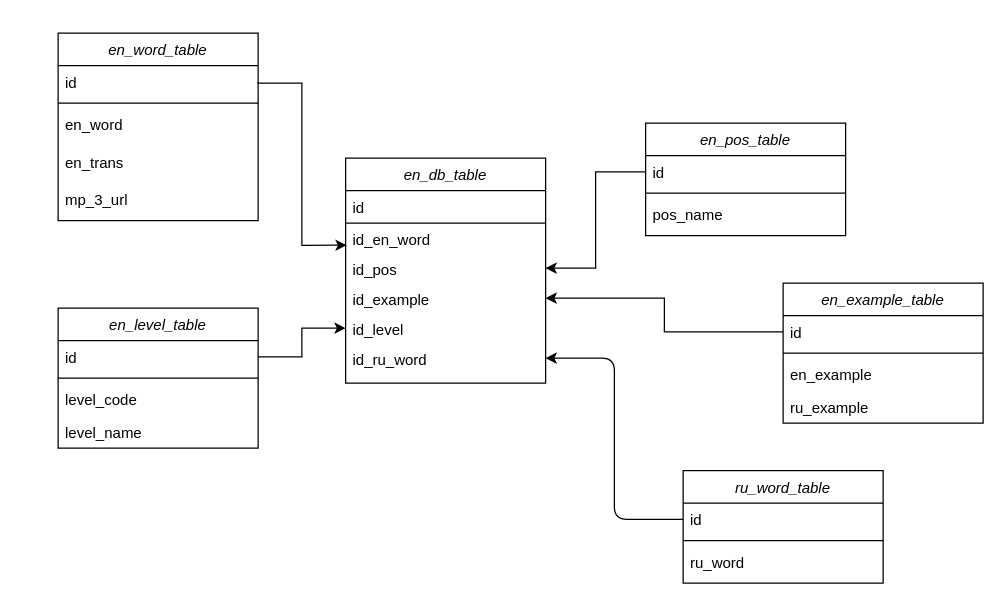
maxter9595/Eng_Telegram_Project keeps this draw.io diagram as database_schema/database_schema.drawio. Above is the earlier version. Source tidied: cells renumbered, new cells numbered last; positions are measured from the earlier drawing's top-left corner, leaving out a move shared by most shapes. Both pictures are drawn from the tidied source at 125%, with x=0, y=0 at pixel (58, 32).
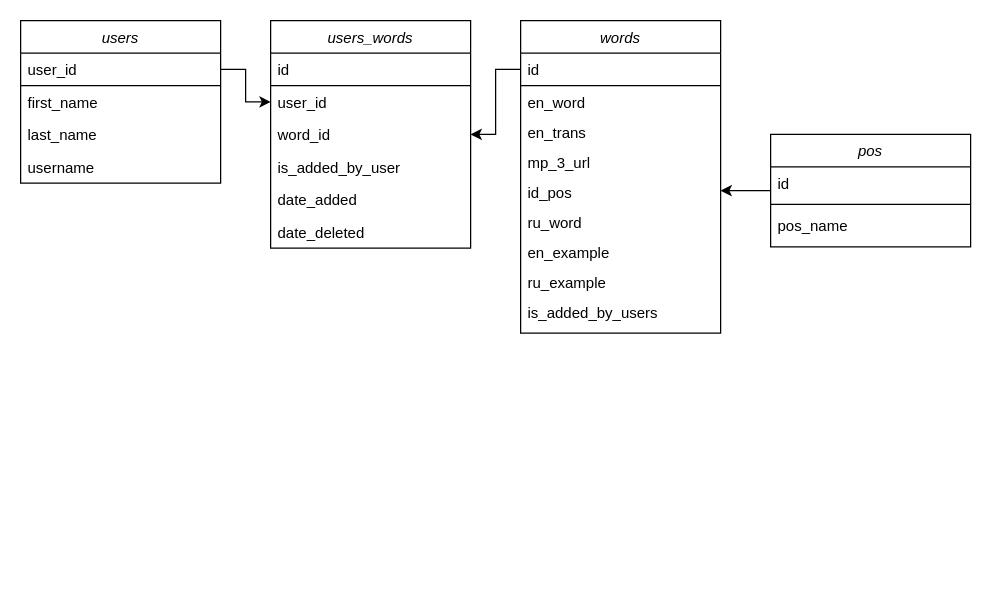
The same page after the edit.

Diff of the diagram source:
```diff
@@
-    <mxCell id="2" value="en_word_table" style="swimlane;fontStyle=2;align=center;verticalAlign=top;horizontal=1;startSize=26;rounded=0;shadow=0;strokeWidth=1;" parent="1" vertex="1">
-      <mxGeometry width="160" height="150" as="geometry" />
-    </mxCell>
-    <mxCell id="3" value="id" style="text;align=left;verticalAlign=top;spacingLeft=4;spacingRight=4;overflow=hidden;points=[[0,0.5],[1,0.5]];portConstraint=eastwest;shadow=0;" parent="2" vertex="1">
-      <mxGeometry y="26" width="160" height="26" as="geometry" />
-    </mxCell>
-    <mxCell id="4" style="line;html=1;strokeWidth=1;align=left;verticalAlign=middle;spacingTop=-1;spacingLeft=3;spacingRight=3;labelPosition=right;" parent="2" vertex="1">
-      <mxGeometry y="52" width="160" height="8" as="geometry" />
-    </mxCell>
+    <mxCell id="39" value="users" style="swimlane;fontStyle=2;align=center;verticalAlign=top;horizontal=1;startSize=26;rounded=0;shadow=0;strokeWidth=1;" parent="1" vertex="1">
+      <mxGeometry x="-30" y="-10" width="160" height="130" as="geometry" />
+    </mxCell>
+    <mxCell id="40" value="user_id" style="text;align=left;verticalAlign=top;spacingLeft=4;spacingRight=4;overflow=hidden;points=[[0,0.5],[1,0.5]];portConstraint=eastwest;shadow=0;" parent="39" vertex="1">
+      <mxGeometry y="26" width="160" height="26" as="geometry" />
+    </mxCell>
+    <mxCell id="41" value="first_name" style="text;align=left;verticalAlign=top;spacingLeft=4;spacingRight=4;overflow=hidden;shadow=0;" parent="39" vertex="1">
+      <mxGeometry y="52" width="160" height="26" as="geometry" />
+    </mxCell>
+    <mxCell id="42" value="last_name" style="text;align=left;verticalAlign=top;spacingLeft=4;spacingRight=4;overflow=hidden;shadow=0;" parent="39" vertex="1">
+      <mxGeometry y="78" width="160" height="26" as="geometry" />
+    </mxCell>
+    <mxCell id="43" value="username" style="text;align=left;verticalAlign=top;spacingLeft=4;spacingRight=4;overflow=hidden;shadow=0;" parent="39" vertex="1">
+      <mxGeometry y="104" width="160" height="26" as="geometry" />
+    </mxCell>
+    <mxCell id="44" style="endArrow=none;html=1;rounded=0;exitX=0;exitY=0.75;exitDx=0;exitDy=0;entryX=1;entryY=0.75;entryDx=0;entryDy=0;" parent="39" edge="1">
+      <mxGeometry relative="1" as="geometry">
+        <mxPoint y="52" as="sourcePoint" />
+        <mxPoint x="160" y="52" as="targetPoint" />
+      </mxGeometry>
+    </mxCell>
+    <mxCell id="45" value="words" style="swimlane;fontStyle=2;align=center;verticalAlign=top;horizontal=1;startSize=26;rounded=0;shadow=0;strokeWidth=1;" parent="1" vertex="1">
+      <mxGeometry x="370" y="-10" width="160" height="250" as="geometry" />
+    </mxCell>
+    <mxCell id="46" value="id" style="text;align=left;verticalAlign=top;spacingLeft=4;spacingRight=4;overflow=hidden;points=[[0,0.5],[1,0.5]];portConstraint=eastwest;shadow=0;" parent="45" vertex="1">
+      <mxGeometry y="26" width="160" height="26" as="geometry" />
+    </mxCell>
+    <mxCell id="47" style="endArrow=none;html=1;rounded=0;exitX=0;exitY=0.75;exitDx=0;exitDy=0;entryX=1;entryY=0.75;entryDx=0;entryDy=0;" parent="45" edge="1">
+      <mxGeometry relative="1" as="geometry">
+        <mxPoint y="52" as="sourcePoint" />
+        <mxPoint x="160" y="52" as="targetPoint" />
+      </mxGeometry>
+    </mxCell>
-    <mxCell id="5" value="en_word" style="text;align=left;verticalAlign=top;spacingLeft=4;spacingRight=4;overflow=hidden;shadow=0;" parent="2" vertex="1">
-      <mxGeometry y="60" width="160" height="30" as="geometry" />
+    <mxCell id="5" value="en_word" style="text;align=left;verticalAlign=top;spacingLeft=4;spacingRight=4;overflow=hidden;shadow=0;" parent="45" vertex="1">
+      <mxGeometry y="52" width="160" height="24" as="geometry" />
     </mxCell>
-    <mxCell id="6" value="en_trans" style="text;align=left;verticalAlign=top;spacingLeft=4;spacingRight=4;overflow=hidden;shadow=0;" parent="2" vertex="1">
-      <mxGeometry y="90" width="160" height="30" as="geometry" />
+    <mxCell id="6" value="en_trans" style="text;align=left;verticalAlign=top;spacingLeft=4;spacingRight=4;overflow=hidden;shadow=0;" parent="45" vertex="1">
+      <mxGeometry y="76" width="160" height="24" as="geometry" />
     </mxCell>
-    <mxCell id="7" value="mp_3_url" style="text;align=left;verticalAlign=top;spacingLeft=4;spacingRight=4;overflow=hidden;shadow=0;" parent="2" vertex="1">
-      <mxGeometry y="120" width="160" height="30" as="geometry" />
+    <mxCell id="7" value="mp_3_url" style="text;align=left;verticalAlign=top;spacingLeft=4;spacingRight=4;overflow=hidden;shadow=0;" parent="45" vertex="1">
+      <mxGeometry y="100" width="160" height="24" as="geometry" />
     </mxCell>
-    <mxCell id="8" value="en_level_table" style="swimlane;fontStyle=2;align=center;verticalAlign=top;horizontal=1;startSize=26;rounded=0;shadow=0;strokeWidth=1;" parent="1" vertex="1">
-      <mxGeometry y="220" width="160" height="112" as="geometry" />
-    </mxCell>
-    <mxCell id="9" value="id" style="text;align=left;verticalAlign=top;spacingLeft=4;spacingRight=4;overflow=hidden;points=[[0,0.5],[1,0.5]];portConstraint=eastwest;shadow=0;" parent="8" vertex="1">
-      <mxGeometry y="26" width="160" height="26" as="geometry" />
-    </mxCell>
-    <mxCell id="10" style="line;html=1;strokeWidth=1;align=left;verticalAlign=middle;spacingTop=-1;spacingLeft=3;spacingRight=3;labelPosition=right;" parent="8" vertex="1">
-      <mxGeometry y="52" width="160" height="8" as="geometry" />
-    </mxCell>
-    <mxCell id="11" value="level_code" style="text;align=left;verticalAlign=top;spacingLeft=4;spacingRight=4;overflow=hidden;shadow=0;" parent="8" vertex="1">
-      <mxGeometry y="60" width="160" height="26" as="geometry" />
-    </mxCell>
-    <mxCell id="12" value="level_name" style="text;align=left;verticalAlign=top;spacingLeft=4;spacingRight=4;overflow=hidden;shadow=0;" parent="8" vertex="1">
-      <mxGeometry y="86" width="160" height="26" as="geometry" />
-    </mxCell>
-    <mxCell id="13" value="en_pos_table" style="swimlane;fontStyle=2;align=center;verticalAlign=top;horizontal=1;startSize=26;rounded=0;shadow=0;strokeWidth=1;" parent="1" vertex="1">
-      <mxGeometry x="470" y="72" width="160" height="90" as="geometry" />
-    </mxCell>
-    <mxCell id="14" value="id" style="text;align=left;verticalAlign=top;spacingLeft=4;spacingRight=4;overflow=hidden;points=[[0,0.5],[1,0.5]];portConstraint=eastwest;shadow=0;" parent="13" vertex="1">
-      <mxGeometry y="26" width="160" height="26" as="geometry" />
-    </mxCell>
-    <mxCell id="15" style="line;html=1;strokeWidth=1;align=left;verticalAlign=middle;spacingTop=-1;spacingLeft=3;spacingRight=3;labelPosition=right;" parent="13" vertex="1">
-      <mxGeometry y="52" width="160" height="8" as="geometry" />
-    </mxCell>
-    <mxCell id="16" value="pos_name" style="text;align=left;verticalAlign=top;spacingLeft=4;spacingRight=4;overflow=hidden;shadow=0;" parent="13" vertex="1">
-      <mxGeometry y="60" width="160" height="26" as="geometry" />
-    </mxCell>
-    <mxCell id="17" value="en_db_table" style="swimlane;fontStyle=2;align=center;verticalAlign=top;horizontal=1;startSize=26;rounded=0;shadow=0;strokeWidth=1;" parent="1" vertex="1">
-      <mxGeometry x="230" y="100" width="160" height="180" as="geometry" />
-    </mxCell>
-    <mxCell id="18" value="id" style="text;align=left;verticalAlign=top;spacingLeft=4;spacingRight=4;overflow=hidden;shadow=0;" parent="17" vertex="1">
-      <mxGeometry y="26" width="160" height="26" as="geometry" />
-    </mxCell>
-    <mxCell id="19" style="endArrow=none;html=1;rounded=0;exitX=0;exitY=0.75;exitDx=0;exitDy=0;entryX=1;entryY=0.75;entryDx=0;entryDy=0;" parent="17" edge="1">
-      <mxGeometry relative="1" as="geometry">
-        <mxPoint y="52" as="sourcePoint" />
-        <mxPoint x="160" y="52" as="targetPoint" />
-      </mxGeometry>
-    </mxCell>
-    <mxCell id="20" value="id_en_word" style="text;align=left;verticalAlign=top;spacingLeft=4;spacingRight=4;overflow=hidden;points=[[0,0.5],[1,0.5]];portConstraint=eastwest;shadow=0;" parent="17" vertex="1">
-      <mxGeometry y="52" width="160" height="24" as="geometry" />
-    </mxCell>
-    <mxCell id="21" value="id_pos" style="text;align=left;verticalAlign=top;spacingLeft=4;spacingRight=4;overflow=hidden;points=[[0,0.5],[1,0.5]];portConstraint=eastwest;shadow=0;" parent="17" vertex="1">
-      <mxGeometry y="76" width="160" height="24" as="geometry" />
+    <mxCell id="21" value="id_pos" style="text;align=left;verticalAlign=top;spacingLeft=4;spacingRight=4;overflow=hidden;points=[[0,0.5],[1,0.5]];portConstraint=eastwest;shadow=0;" parent="45" vertex="1">
+      <mxGeometry y="124" width="160" height="24" as="geometry" />
     </mxCell>
-    <mxCell id="22" value="id_example" style="text;align=left;verticalAlign=top;spacingLeft=4;spacingRight=4;overflow=hidden;points=[[0,0.5],[1,0.5]];portConstraint=eastwest;shadow=0;" parent="17" vertex="1">
-      <mxGeometry y="100" width="160" height="24" as="geometry" />
-    </mxCell>
-    <mxCell id="23" value="id_level" style="text;align=left;verticalAlign=top;spacingLeft=4;spacingRight=4;overflow=hidden;points=[[0,0.5],[1,0.5]];portConstraint=eastwest;shadow=0;" parent="17" vertex="1">
-      <mxGeometry y="124" width="160" height="24" as="geometry" />
-    </mxCell>
-    <mxCell id="24" value="id_ru_word" style="text;align=left;verticalAlign=top;spacingLeft=4;spacingRight=4;overflow=hidden;points=[[0,0.5],[1,0.5]];portConstraint=eastwest;shadow=0;" parent="17" vertex="1">
-      <mxGeometry y="148" width="160" height="24" as="geometry" />
-    </mxCell>
-    <mxCell id="25" style="edgeStyle=orthogonalEdgeStyle;rounded=0;jettySize=auto;html=1;entryX=0.005;entryY=0.736;entryDx=0;entryDy=0;entryPerimeter=0;exitX=1;exitY=0.5;exitDx=0;exitDy=0;" parent="1" edge="1" source="3" target="20">
-      <mxGeometry relative="1" as="geometry">
-        <Array as="points">
-          <mxPoint x="160" y="40" />
-          <mxPoint x="195" y="40" />
-          <mxPoint x="195" y="170" />
-        </Array>
-      </mxGeometry>
-    </mxCell>
-    <mxCell id="26" value="en_example_table" style="swimlane;fontStyle=2;align=center;verticalAlign=top;horizontal=1;startSize=26;rounded=0;shadow=0;strokeWidth=1;" parent="1" vertex="1">
-      <mxGeometry x="580" y="200" width="160" height="112" as="geometry" />
-    </mxCell>
-    <mxCell id="27" value="id" style="text;align=left;verticalAlign=top;spacingLeft=4;spacingRight=4;overflow=hidden;points=[[0,0.5],[1,0.5]];portConstraint=eastwest;shadow=0;" parent="26" vertex="1">
-      <mxGeometry y="26" width="160" height="26" as="geometry" />
-    </mxCell>
-    <mxCell id="28" style="line;html=1;strokeWidth=1;align=left;verticalAlign=middle;spacingTop=-1;spacingLeft=3;spacingRight=3;labelPosition=right;" parent="26" vertex="1">
-      <mxGeometry y="52" width="160" height="8" as="geometry" />
-    </mxCell>
+    <mxCell id="37" value="ru_word" style="text;align=left;verticalAlign=top;spacingLeft=4;spacingRight=4;overflow=hidden;shadow=0;" parent="45" vertex="1">
+      <mxGeometry y="148" width="160" height="24" as="geometry" />
+    </mxCell>
-    <mxCell id="29" value="en_example" style="text;align=left;verticalAlign=top;spacingLeft=4;spacingRight=4;overflow=hidden;shadow=0;" parent="26" vertex="1">
-      <mxGeometry y="60" width="160" height="26" as="geometry" />
+    <mxCell id="29" value="en_example" style="text;align=left;verticalAlign=top;spacingLeft=4;spacingRight=4;overflow=hidden;shadow=0;" parent="45" vertex="1">
+      <mxGeometry y="172" width="160" height="24" as="geometry" />
     </mxCell>
-    <mxCell id="30" value="ru_example" style="text;align=left;verticalAlign=top;spacingLeft=4;spacingRight=4;overflow=hidden;shadow=0;" parent="26" vertex="1">
-      <mxGeometry y="86" width="160" height="26" as="geometry" />
+    <mxCell id="30" value="ru_example" style="text;align=left;verticalAlign=top;spacingLeft=4;spacingRight=4;overflow=hidden;shadow=0;" parent="45" vertex="1">
+      <mxGeometry y="196" width="160" height="24" as="geometry" />
     </mxCell>
-    <mxCell id="31" style="edgeStyle=orthogonalEdgeStyle;rounded=0;jettySize=auto;html=1;entryX=1;entryY=0.5;entryDx=0;entryDy=0;" parent="1" edge="1" source="14" target="21">
-      <mxGeometry relative="1" as="geometry" />
-    </mxCell>
-    <mxCell id="32" style="edgeStyle=orthogonalEdgeStyle;rounded=0;jettySize=auto;html=1;entryX=1;entryY=0.5;entryDx=0;entryDy=0;" parent="1" edge="1" source="27" target="22">
-      <mxGeometry relative="1" as="geometry" />
-    </mxCell>
-    <mxCell id="33" style="edgeStyle=orthogonalEdgeStyle;rounded=0;jettySize=auto;html=1;entryX=0;entryY=0.5;entryDx=0;entryDy=0;" parent="1" edge="1" source="9" target="23">
-      <mxGeometry relative="1" as="geometry" />
-    </mxCell>
-    <mxCell id="34" value="ru_word_table" style="swimlane;fontStyle=2;align=center;verticalAlign=top;horizontal=1;startSize=26;rounded=0;shadow=0;strokeWidth=1;" parent="1" vertex="1">
-      <mxGeometry x="500" y="350" width="160" height="90" as="geometry" />
-    </mxCell>
-    <mxCell id="35" value="id" style="text;align=left;verticalAlign=top;spacingLeft=4;spacingRight=4;overflow=hidden;points=[[0,0.5],[1,0.5]];portConstraint=eastwest;shadow=0;" parent="34" vertex="1">
-      <mxGeometry y="26" width="160" height="26" as="geometry" />
-    </mxCell>
-    <mxCell id="36" style="line;html=1;strokeWidth=1;align=left;verticalAlign=middle;spacingTop=-1;spacingLeft=3;spacingRight=3;labelPosition=right;" parent="34" vertex="1">
-      <mxGeometry y="52" width="160" height="8" as="geometry" />
-    </mxCell>
-    <mxCell id="37" value="ru_word" style="text;align=left;verticalAlign=top;spacingLeft=4;spacingRight=4;overflow=hidden;shadow=0;" parent="34" vertex="1">
-      <mxGeometry y="60" width="160" height="26" as="geometry" />
-    </mxCell>
-    <mxCell id="38" style="edgeStyle=orthogonalEdgeStyle;html=1;entryX=1;entryY=0.5;entryDx=0;entryDy=0;" parent="1" edge="1" source="35" target="24">
-      <mxGeometry relative="1" as="geometry" />
-    </mxCell>
+    <mxCell id="48" value="is_added_by_users" style="text;align=left;verticalAlign=top;spacingLeft=4;spacingRight=4;overflow=hidden;shadow=0;" parent="45" vertex="1">
+      <mxGeometry y="220" width="160" height="24" as="geometry" />
+    </mxCell>
+    <mxCell id="49" style="edgeStyle=orthogonalEdgeStyle;rounded=0;jettySize=auto;html=1;" parent="1" edge="1" source="50" target="21">
+      <mxGeometry relative="1" as="geometry" />
+    </mxCell>
+    <mxCell id="50" value="pos" style="swimlane;fontStyle=2;align=center;verticalAlign=top;horizontal=1;startSize=26;rounded=0;shadow=0;strokeWidth=1;" parent="1" vertex="1">
+      <mxGeometry x="570" y="81" width="160" height="90" as="geometry" />
+    </mxCell>
+    <mxCell id="51" value="id" style="text;align=left;verticalAlign=top;spacingLeft=4;spacingRight=4;overflow=hidden;shadow=0;" parent="50" vertex="1">
+      <mxGeometry y="26" width="160" height="26" as="geometry" />
+    </mxCell>
+    <mxCell id="52" style="line;html=1;strokeWidth=1;align=left;verticalAlign=middle;spacingTop=-1;spacingLeft=3;spacingRight=3;labelPosition=right;" parent="50" vertex="1">
+      <mxGeometry y="52" width="160" height="8" as="geometry" />
+    </mxCell>
+    <mxCell id="16" value="pos_name" style="text;align=left;verticalAlign=top;spacingLeft=4;spacingRight=4;overflow=hidden;shadow=0;" parent="50" vertex="1">
+      <mxGeometry y="60" width="160" height="26" as="geometry" />
+    </mxCell>
+    <mxCell id="53" value="users_words" style="swimlane;fontStyle=2;align=center;verticalAlign=top;horizontal=1;startSize=26;rounded=0;shadow=0;strokeWidth=1;" parent="1" vertex="1">
+      <mxGeometry x="170" y="-10" width="160" height="182" as="geometry" />
+    </mxCell>
+    <mxCell id="54" value="id" style="text;align=left;verticalAlign=top;spacingLeft=4;spacingRight=4;overflow=hidden;shadow=0;" parent="53" vertex="1">
+      <mxGeometry y="26" width="160" height="26" as="geometry" />
+    </mxCell>
+    <mxCell id="55" value="user_id" style="text;align=left;verticalAlign=top;spacingLeft=4;spacingRight=4;overflow=hidden;points=[[0,0.5],[1,0.5]];portConstraint=eastwest;shadow=0;" parent="53" vertex="1">
+      <mxGeometry y="52" width="160" height="26" as="geometry" />
+    </mxCell>
+    <mxCell id="56" value="word_id" style="text;align=left;verticalAlign=top;spacingLeft=4;spacingRight=4;overflow=hidden;points=[[0,0.5],[1,0.5]];portConstraint=eastwest;shadow=0;" parent="53" vertex="1">
+      <mxGeometry y="78" width="160" height="26" as="geometry" />
+    </mxCell>
+    <mxCell id="57" value="is_added_by_user" style="text;align=left;verticalAlign=top;spacingLeft=4;spacingRight=4;overflow=hidden;shadow=0;" parent="53" vertex="1">
+      <mxGeometry y="104" width="160" height="26" as="geometry" />
+    </mxCell>
+    <mxCell id="58" value="date_added" style="text;align=left;verticalAlign=top;spacingLeft=4;spacingRight=4;overflow=hidden;shadow=0;" parent="53" vertex="1">
+      <mxGeometry y="130" width="160" height="26" as="geometry" />
+    </mxCell>
+    <mxCell id="59" value="date_deleted" style="text;align=left;verticalAlign=top;spacingLeft=4;spacingRight=4;overflow=hidden;shadow=0;" parent="53" vertex="1">
+      <mxGeometry y="156" width="160" height="26" as="geometry" />
+    </mxCell>
+    <mxCell id="60" style="endArrow=none;html=1;rounded=0;exitX=0;exitY=0.75;exitDx=0;exitDy=0;entryX=1;entryY=0.75;entryDx=0;entryDy=0;" parent="53" edge="1">
+      <mxGeometry relative="1" as="geometry">
+        <mxPoint y="52" as="sourcePoint" />
+        <mxPoint x="160" y="52" as="targetPoint" />
+      </mxGeometry>
+    </mxCell>
+    <mxCell id="61" style="edgeStyle=orthogonalEdgeStyle;rounded=0;jettySize=auto;html=1;entryX=0;entryY=0.5;entryDx=0;entryDy=0;" parent="1" edge="1" source="40" target="55">
+      <mxGeometry relative="1" as="geometry" />
+    </mxCell>
+    <mxCell id="62" style="edgeStyle=orthogonalEdgeStyle;rounded=0;jettySize=auto;html=1;" parent="1" edge="1" source="46" target="56">
+      <mxGeometry relative="1" as="geometry" />
+    </mxCell>
```
